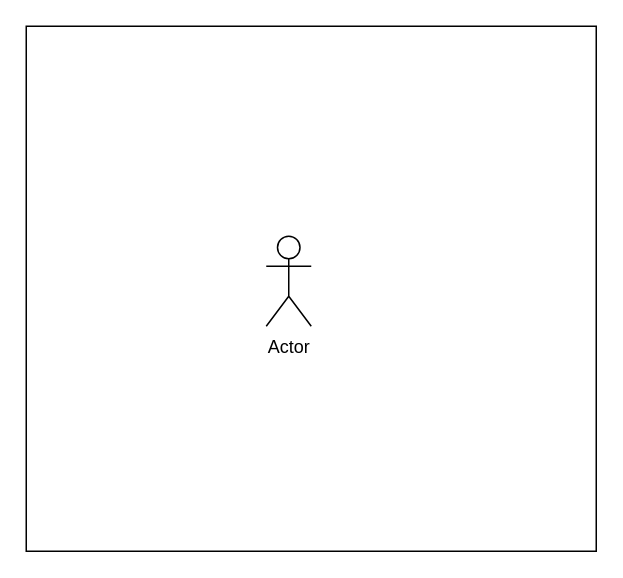
Above: wireframes/Untitled Diagram.drawio in teamforus/forus (draw.io), before the change. Source tidied: cells renumbered, new cells numbered last; positions are measured from the earlier drawing's top-left corner, leaving out a move shared by most shapes. Both pictures are drawn from the tidied source at 150%, with x=0, y=0 at pixel (26, 26).
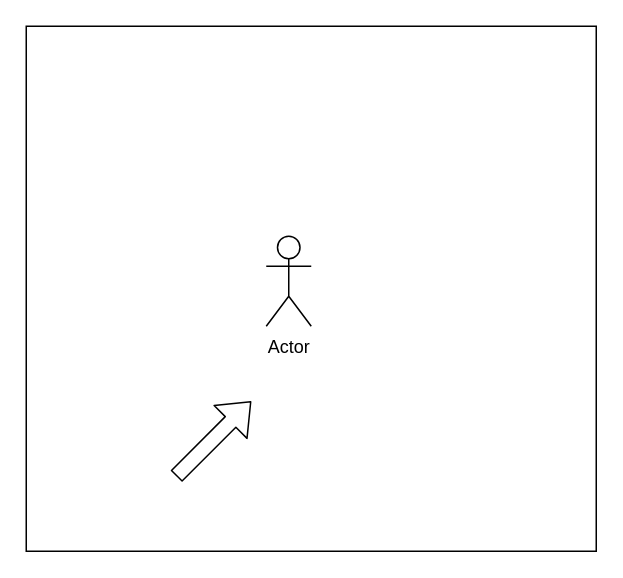
After the change.

Change to the diagram source:
```diff
@@
 <mxGraphModel>
   <root>
     <mxCell id="0" />
     <mxCell id="1" parent="0" />
     <mxCell id="2" style="rounded=0;whiteSpace=wrap;html=1;" parent="1" vertex="1">
       <mxGeometry width="380" height="350" as="geometry" />
     </mxCell>
     <mxCell id="3" value="Actor" style="shape=umlActor;verticalLabelPosition=bottom;labelBackgroundColor=#ffffff;verticalAlign=top;html=1;" parent="1" vertex="1">
       <mxGeometry x="160" y="140" width="30" height="60" as="geometry" />
     </mxCell>
+    <mxCell id="4" style="shape=flexArrow;endArrow=classic;html=1;" parent="1" edge="1">
+      <mxGeometry relative="1" as="geometry">
+        <mxPoint x="100" y="300" as="sourcePoint" />
+        <mxPoint x="150" y="250" as="targetPoint" />
+      </mxGeometry>
+    </mxCell>
   </root>
 </mxGraphModel>
```
